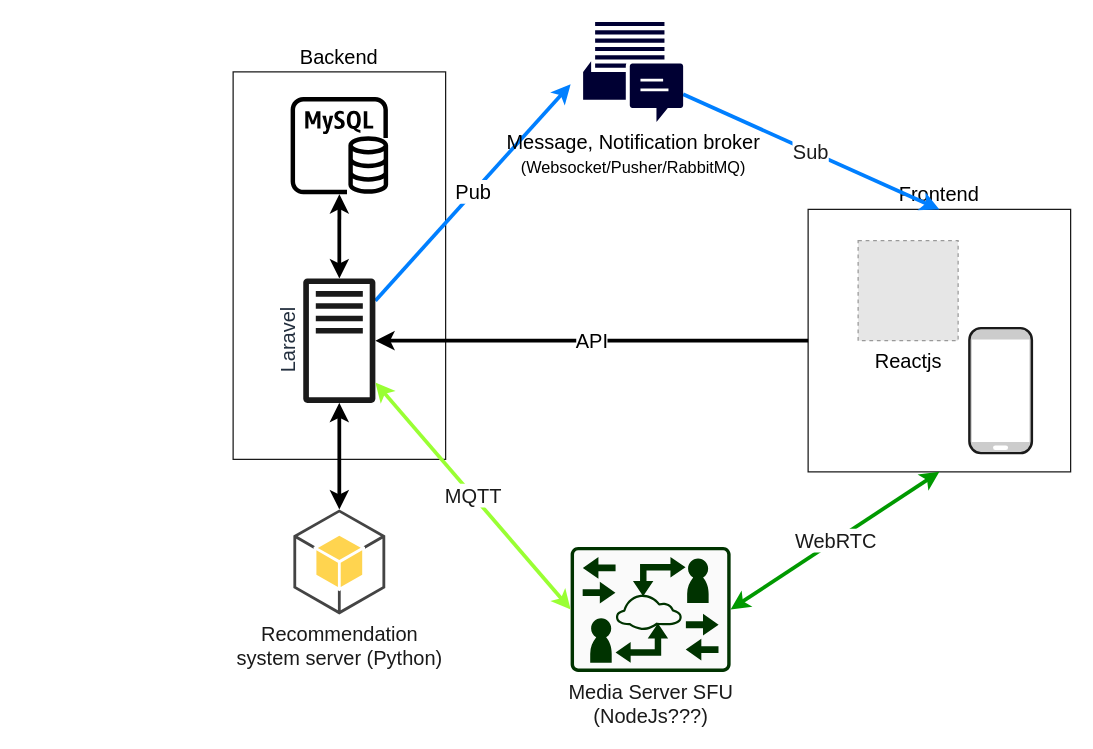
Earlier version of the draw.io diagram page "System" (2 of 3) of docs/overview.drawio (SownBanana/HUST-graduate-project). Source tidied: cells renumbered, new cells numbered last; positions are measured from the earlier drawing's top-left corner, leaving out a move shared by most shapes. Both pictures are drawn from the tidied source at 125%, with x=0, y=0 at pixel (232, 21). Pictures stored in the file or linked from it are replaced by grey dashed boxes.
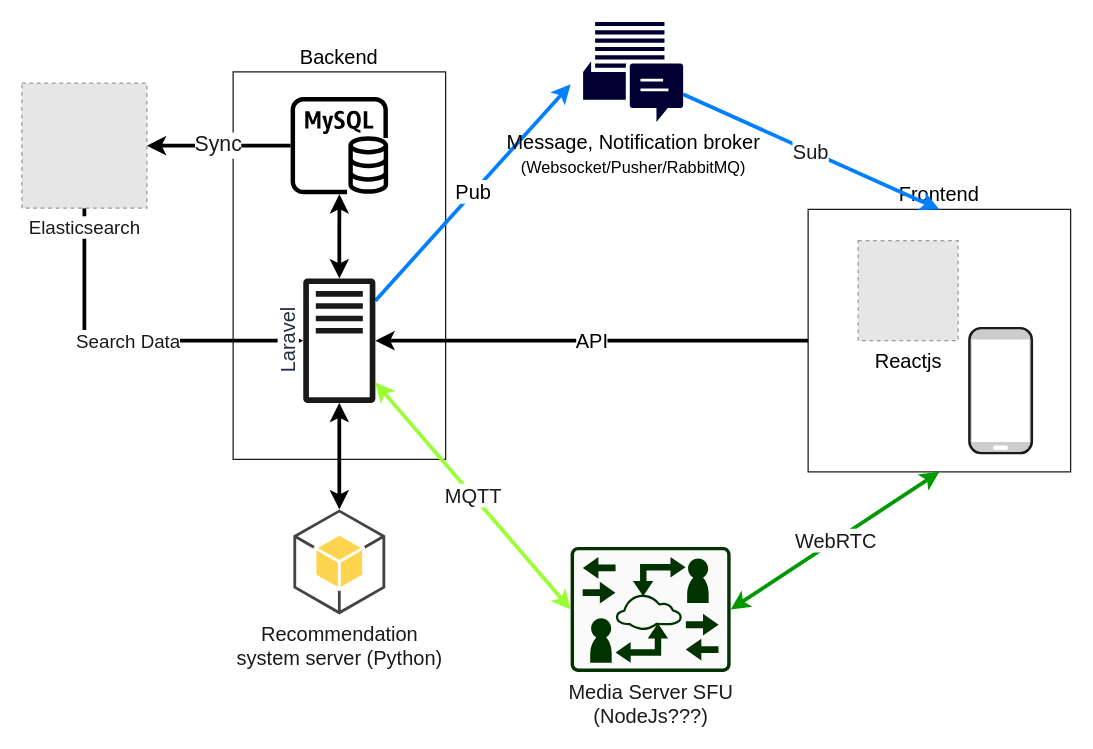
The same diagram, later.

Unchanged cells that the change refers to:
```xml
<mxCell id="4" style="outlineConnect=0;fontColor=#232F3E;gradientColor=none;strokeColor=none;dashed=0;verticalLabelPosition=bottom;verticalAlign=top;align=center;html=1;fontSize=12;fontStyle=0;shape=mxgraph.aws4.rds_mysql_instance;fillColor=#000000;" parent="1" vertex="1">
  <mxGeometry x="46" y="60" width="78" height="78" as="geometry" />
</mxCell>
```

Diff of the diagram source:
```diff
@@
+    <mxCell id="18" value="&lt;font style=&quot;font-size: 17px&quot;&gt;Sync&lt;/font&gt;" style="edgeStyle=orthogonalEdgeStyle;rounded=0;jettySize=auto;html=1;entryX=1;entryY=0.5;entryDx=0;entryDy=0;fontColor=#1A1A1A;strokeWidth=3;" parent="1" edge="1" source="4" target="20">
+      <mxGeometry relative="1" as="geometry">
+        <Array as="points">
+          <mxPoint x="1" y="99" />
+          <mxPoint x="1" y="99" />
+        </Array>
+      </mxGeometry>
+    </mxCell>
@@
-    <mxCell id="8" value="Laravel" style="outlineConnect=0;fontColor=#232F3E;gradientColor=none;strokeColor=none;dashed=0;verticalLabelPosition=middle;verticalAlign=bottom;align=center;html=1;fontSize=16;fontStyle=0;shape=mxgraph.aws4.traditional_server;fillColor=#1A1A1A;labelPosition=left;horizontal=0;" parent="1" vertex="1">
-      <mxGeometry x="56.1" y="205" width="57.7" height="100" as="geometry" />
-    </mxCell>
@@
+    <mxCell id="19" value="&lt;font style=&quot;font-size: 15px&quot;&gt;Search Data&lt;/font&gt;" style="edgeStyle=orthogonalEdgeStyle;rounded=0;jettySize=auto;html=1;strokeWidth=3;fontColor=#1A1A1A;" parent="1" edge="1" source="20" target="8">
+      <mxGeometry relative="1" as="geometry">
+        <Array as="points">
+          <mxPoint x="-119" y="255" />
+        </Array>
+      </mxGeometry>
+    </mxCell>
+    <mxCell id="20" value="&lt;font style=&quot;font-size: 15px;&quot;&gt;Elasticsearch&lt;/font&gt;" style="fillColor=#E6E6E6;strokeColor=#999999;dashed=1;html=1;verticalAlign=top;verticalLabelPosition=bottom;labelBackgroundColor=#ffffff;fontColor=#1A1A1A;fontSize=15;" parent="1" vertex="1">
+      <mxGeometry x="-169" y="49" width="100" height="100" as="geometry" />
+    </mxCell>
+    <mxCell id="8" value="&lt;span style=&quot;background-color: rgb(255 , 255 , 255)&quot;&gt;Laravel&lt;/span&gt;" style="outlineConnect=0;fontColor=#232F3E;gradientColor=none;strokeColor=none;dashed=0;verticalLabelPosition=middle;verticalAlign=bottom;align=center;html=1;fontSize=16;fontStyle=0;shape=mxgraph.aws4.traditional_server;fillColor=#1A1A1A;labelPosition=left;horizontal=0;" parent="1" vertex="1">
+      <mxGeometry x="56.1" y="205" width="57.7" height="100" as="geometry" />
+    </mxCell>
```
